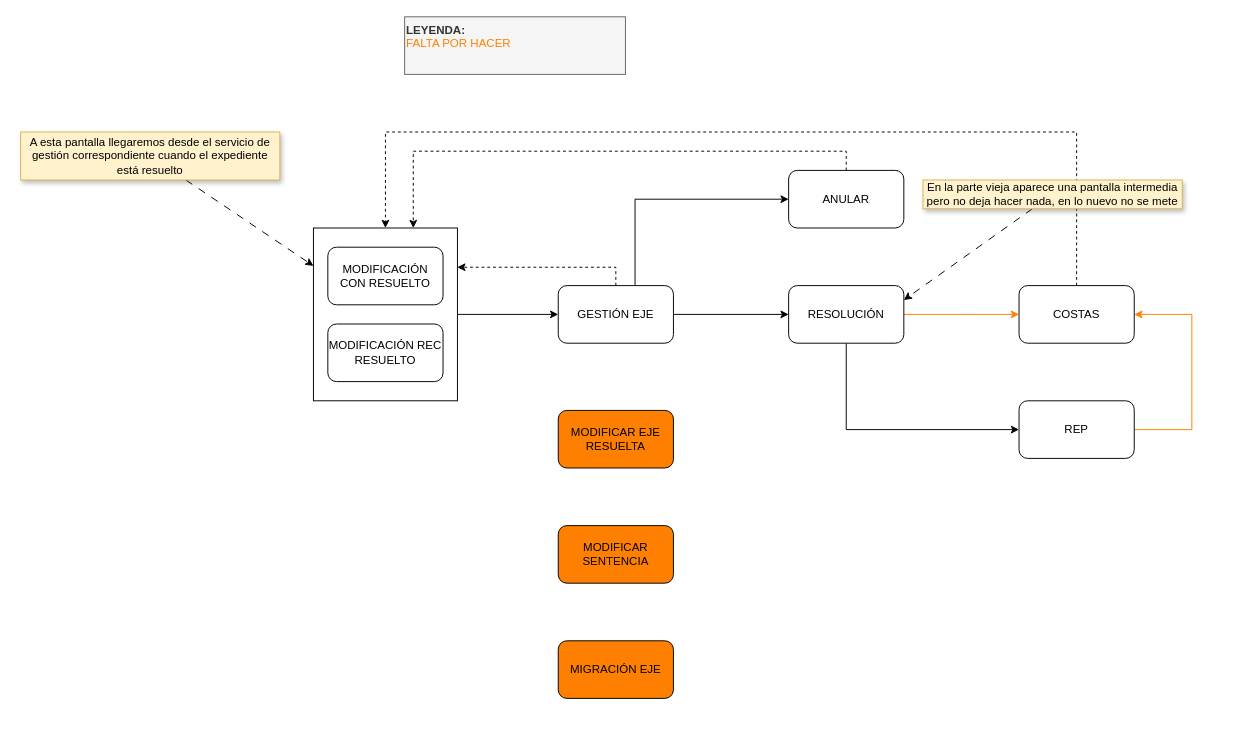
Above: page "EJE" (3 of 7) of mierdas.drawio in rlop666/diagramas (draw.io), before the change. Source tidied: cells renumbered, new cells numbered last; positions are measured from the earlier drawing's top-left corner, leaving out a move shared by most shapes. Both pictures are drawn from the tidied source at 96%, with x=0, y=0 at pixel (20, 16).
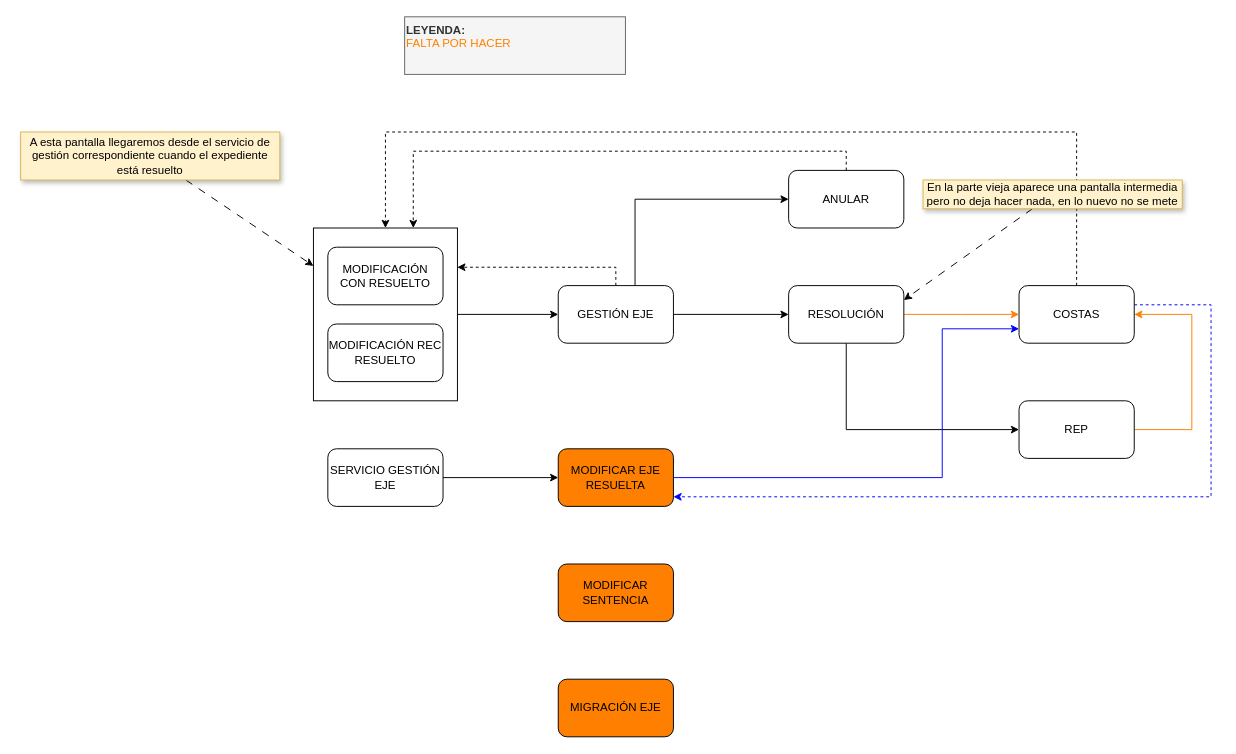
After the change.

Unchanged cells that the change refers to:
```xml
<mxCell id="12" value="COSTAS" style="rounded=1;whiteSpace=wrap;html=1;" parent="1" vertex="1">
  <mxGeometry x="1040" y="280" width="120" height="60" as="geometry" />
</mxCell>
```

The edit, as a diff of the source:
```diff
@@
+    <mxCell id="27" style="edgeStyle=orthogonalEdgeStyle;rounded=0;jettySize=auto;html=1;strokeColor=#0000FF;dashed=1;" parent="1" edge="1" source="12" target="24">
+      <mxGeometry relative="1" as="geometry">
+        <Array as="points">
+          <mxPoint x="1240" y="300" />
+          <mxPoint x="1240" y="500" />
+        </Array>
+      </mxGeometry>
+    </mxCell>
@@
+    <mxCell id="28" style="edgeStyle=orthogonalEdgeStyle;rounded=0;jettySize=auto;html=1;entryX=0;entryY=0.75;entryDx=0;entryDy=0;strokeColor=#0000FF;" parent="1" edge="1" source="24" target="12">
+      <mxGeometry relative="1" as="geometry">
+        <Array as="points">
+          <mxPoint x="960" y="480" />
+          <mxPoint x="960" y="325" />
+        </Array>
+      </mxGeometry>
+    </mxCell>
     <mxCell id="24" value="MODIFICAR EJE RESUELTA" style="rounded=1;whiteSpace=wrap;html=1;fillColor=#FF8000;" parent="1" vertex="1">
-      <mxGeometry x="560" y="410" width="120" height="60" as="geometry" />
+      <mxGeometry x="560" y="450" width="120" height="60" as="geometry" />
     </mxCell>
     <mxCell id="25" value="MODIFICAR SENTENCIA" style="rounded=1;whiteSpace=wrap;html=1;fillColor=#FF8000;" parent="1" vertex="1">
-      <mxGeometry x="560" y="530" width="120" height="60" as="geometry" />
+      <mxGeometry x="560" y="570" width="120" height="60" as="geometry" />
     </mxCell>
     <mxCell id="26" value="MIGRACIÓN EJE" style="rounded=1;whiteSpace=wrap;html=1;fillColor=#FF8000;" parent="1" vertex="1">
-      <mxGeometry x="560" y="650" width="120" height="60" as="geometry" />
+      <mxGeometry x="560" y="690" width="120" height="60" as="geometry" />
     </mxCell>
+    <mxCell id="29" style="edgeStyle=orthogonalEdgeStyle;rounded=0;jettySize=auto;html=1;" parent="1" edge="1" source="30" target="24">
+      <mxGeometry relative="1" as="geometry" />
+    </mxCell>
+    <mxCell id="30" value="SERVICIO GESTIÓN EJE" style="rounded=1;whiteSpace=wrap;html=1;" parent="1" vertex="1">
+      <mxGeometry x="320" y="450" width="120" height="60" as="geometry" />
+    </mxCell>
```
